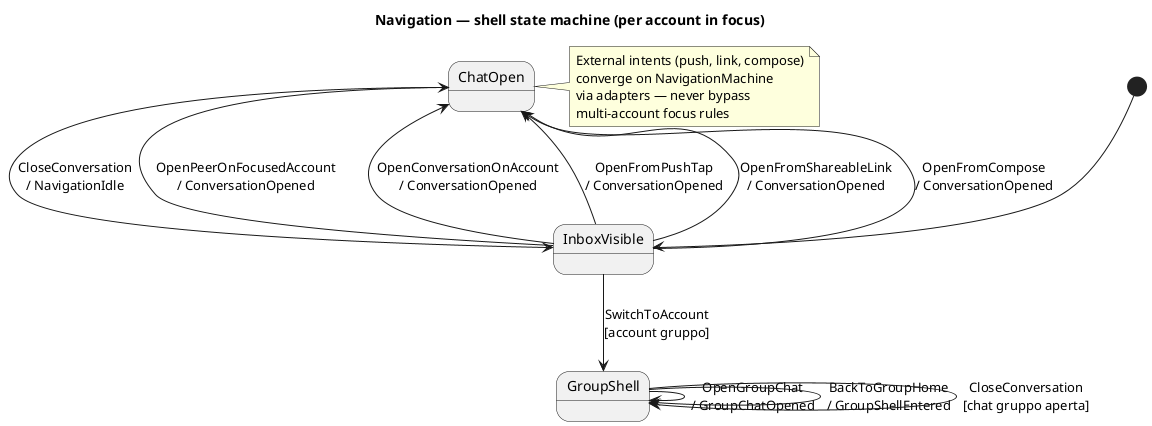
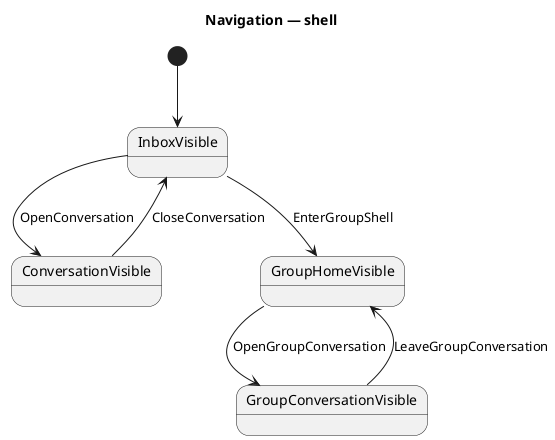
@startuml navigation-shell-state
' Context: navigation
- ' SDD: PROM-MULTI-ACCOUNT, PROM-SHAREABLE-LINK
+ ' Profile: client
' Revision: 2026-07-19

- title Navigation — shell state machine (per account in focus)
+ title Navigation — shell

state InboxVisible
- state ChatOpen
- state GroupShell
+ state ConversationVisible
+ state GroupHomeVisible
+ state GroupConversationVisible

[*] --> InboxVisible

- InboxVisible --> ChatOpen : OpenPeerOnFocusedAccount\n/ ConversationOpened
- InboxVisible --> ChatOpen : OpenConversationOnAccount\n/ ConversationOpened
- InboxVisible --> ChatOpen : OpenFromPushTap\n/ ConversationOpened
- InboxVisible --> ChatOpen : OpenFromShareableLink\n/ ConversationOpened
- InboxVisible --> ChatOpen : OpenFromCompose\n/ ConversationOpened
- InboxVisible --> GroupShell : SwitchToAccount\n[account gruppo]
+ InboxVisible --> ConversationVisible : OpenConversation
+ InboxVisible --> GroupHomeVisible : EnterGroupShell

- ChatOpen --> InboxVisible : CloseConversation\n/ NavigationIdle
+ ConversationVisible --> InboxVisible : CloseConversation

- GroupShell --> GroupShell : OpenGroupChat\n/ GroupChatOpened
- GroupShell --> GroupShell : BackToGroupHome\n/ GroupShellEntered
- GroupShell --> GroupShell : CloseConversation\n[chat gruppo aperta]
- 
- note right of ChatOpen
-   External intents (push, link, compose)
-   converge on NavigationMachine
-   via adapters — never bypass
-   multi-account focus rules
- end note
+ GroupHomeVisible --> GroupConversationVisible : OpenGroupConversation
+ GroupConversationVisible --> GroupHomeVisible : LeaveGroupConversation

@enduml
